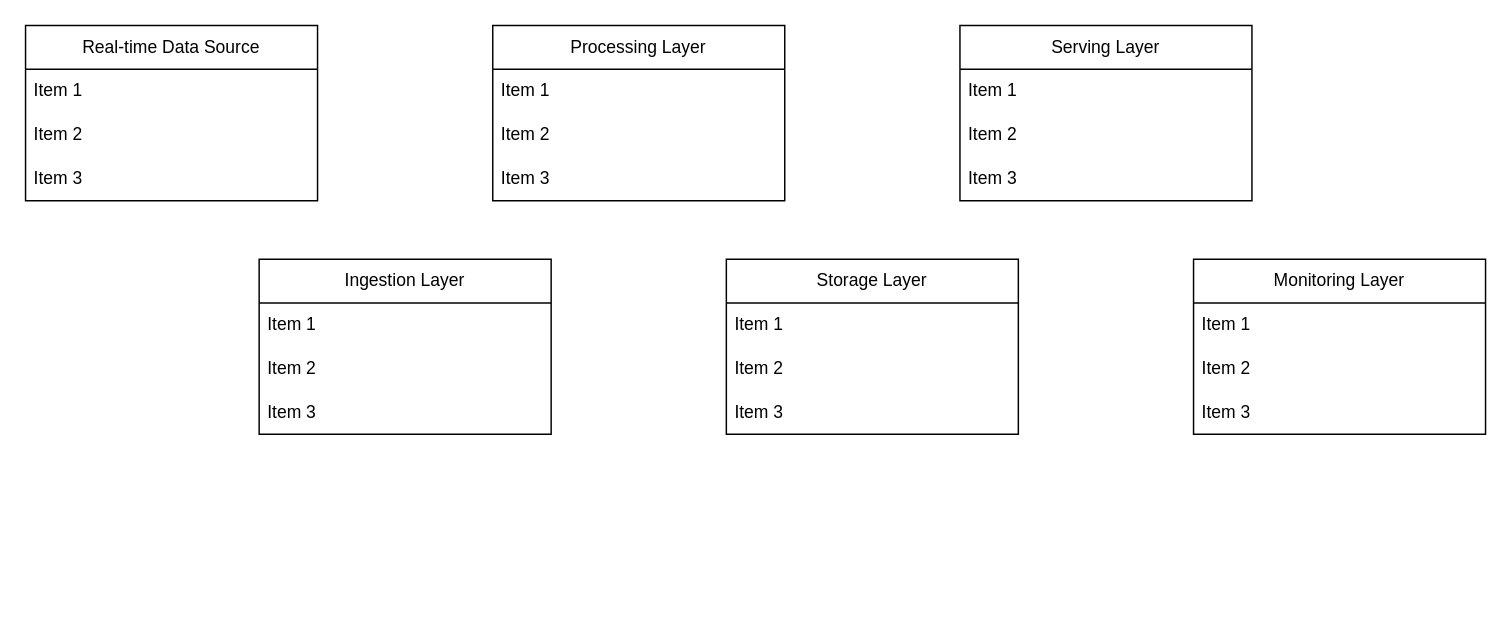
Earlier version of the draw.io diagram BT-Tuần/Pipeline-FinalProject.drawio (NgocPhungggg/HCMUTE). Source tidied: cells renumbered, new cells numbered last; positions are measured from the earlier drawing's top-left corner, leaving out a move shared by most shapes. Both pictures are drawn from the tidied source at 146%, with x=0, y=0 at pixel (25, 25).
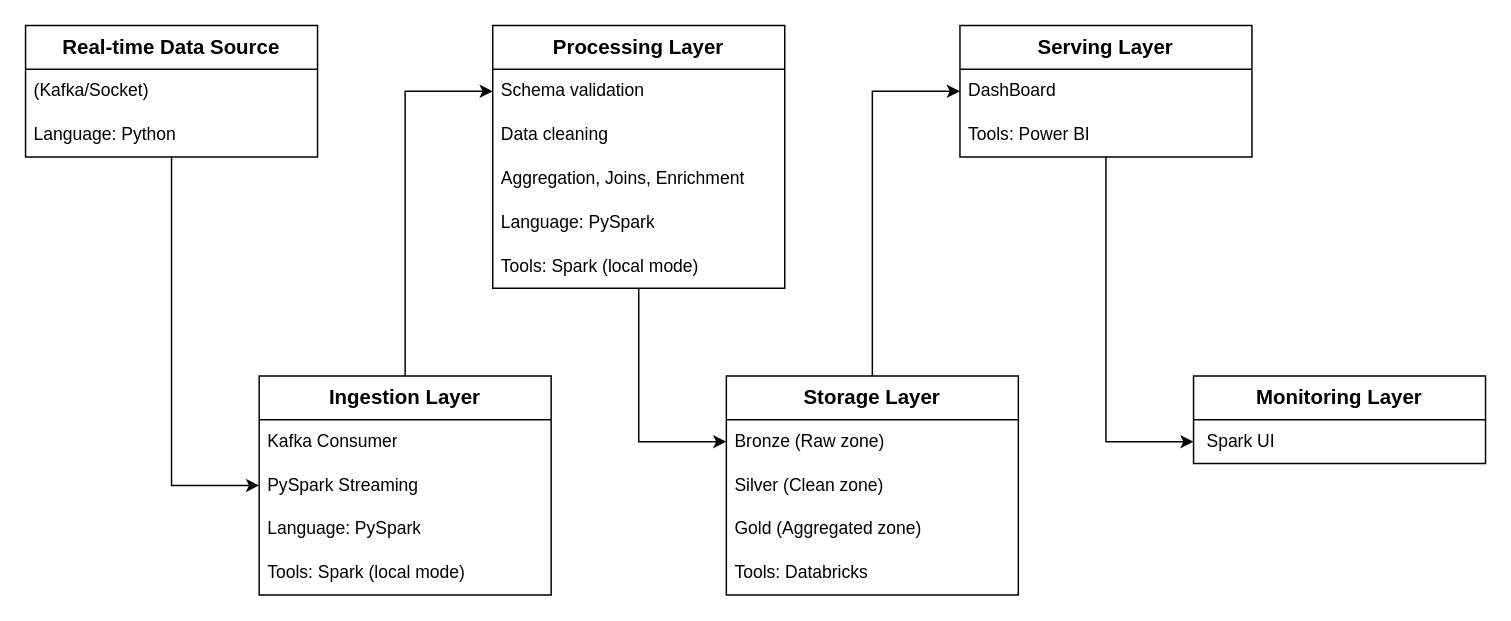
After the change.

Commit message (it also covers changes not shown here):
Cập nhật Pipeline-FinalProject.drawio

Change to the diagram source:
```diff
@@
+    <mxCell id="26" style="edgeStyle=orthogonalEdgeStyle;rounded=0;jettySize=auto;html=1;entryX=0;entryY=0.5;entryDx=0;entryDy=0;" parent="1" edge="1" source="2" target="12">
+      <mxGeometry relative="1" as="geometry" />
+    </mxCell>
-    <mxCell id="2" value="&lt;div&gt;Real-time Data Source&lt;/div&gt;" style="swimlane;fontStyle=0;horizontal=1;startSize=30;whiteSpace=wrap;html=1;" parent="1" vertex="1">
-      <mxGeometry width="200" height="120" as="geometry" />
+    <mxCell id="2" value="&lt;div&gt;&lt;font style=&quot;font-size: 14px;&quot;&gt;&lt;b&gt;Real-time Data Source&lt;/b&gt;&lt;/font&gt;&lt;/div&gt;" style="swimlane;fontStyle=0;horizontal=1;startSize=30;whiteSpace=wrap;html=1;" parent="1" vertex="1">
+      <mxGeometry width="200" height="90" as="geometry" />
     </mxCell>
-    <mxCell id="3" value="Item 1" style="text;strokeColor=none;fillColor=none;align=left;verticalAlign=middle;spacingLeft=4;spacingRight=4;overflow=hidden;whiteSpace=wrap;html=1;" parent="2" vertex="1">
+    <mxCell id="3" value="(Kafka/Socket) " style="text;strokeColor=none;fillColor=none;align=left;verticalAlign=middle;spacingLeft=4;spacingRight=4;overflow=hidden;whiteSpace=wrap;html=1;" parent="2" vertex="1">
       <mxGeometry y="30" width="200" height="30" as="geometry" />
     </mxCell>
-    <mxCell id="4" value="Item 2" style="text;strokeColor=none;fillColor=none;align=left;verticalAlign=middle;spacingLeft=4;spacingRight=4;overflow=hidden;whiteSpace=wrap;html=1;" parent="2" vertex="1">
-      <mxGeometry y="60" width="200" height="30" as="geometry" />
-    </mxCell>
-    <mxCell id="5" value="Item 3" style="text;strokeColor=none;fillColor=none;align=left;verticalAlign=middle;spacingLeft=4;spacingRight=4;overflow=hidden;whiteSpace=wrap;html=1;" parent="2" vertex="1">
-      <mxGeometry y="90" width="200" height="30" as="geometry" />
-    </mxCell>
+    <mxCell id="27" value="Language: Python " style="text;strokeColor=none;fillColor=none;align=left;verticalAlign=middle;spacingLeft=4;spacingRight=4;overflow=hidden;whiteSpace=wrap;html=1;" parent="2" vertex="1">
+      <mxGeometry y="60" width="200" height="30" as="geometry" />
+    </mxCell>
+    <mxCell id="28" style="edgeStyle=orthogonalEdgeStyle;rounded=0;jettySize=auto;html=1;entryX=0;entryY=0.5;entryDx=0;entryDy=0;" parent="1" edge="1" source="6" target="38">
+      <mxGeometry relative="1" as="geometry" />
+    </mxCell>
-    <mxCell id="6" value="&lt;div&gt; Storage Layer  &lt;/div&gt;" style="swimlane;fontStyle=0;horizontal=1;startSize=30;whiteSpace=wrap;html=1;" parent="1" vertex="1">
-      <mxGeometry x="480" y="160" width="200" height="120" as="geometry" />
+    <mxCell id="6" value="&lt;div&gt;&lt;font style=&quot;font-size: 14px;&quot;&gt;&lt;b&gt; Storage Layer  &lt;/b&gt;&lt;/font&gt;&lt;/div&gt;" style="swimlane;fontStyle=0;horizontal=1;startSize=30;whiteSpace=wrap;html=1;" parent="1" vertex="1">
+      <mxGeometry x="480" y="240" width="200" height="150" as="geometry" />
     </mxCell>
+    <mxCell id="8" value="Bronze (Raw zone)" style="text;strokeColor=none;fillColor=none;align=left;verticalAlign=middle;spacingLeft=4;spacingRight=4;overflow=hidden;points=[[0,0.5],[1,0.5]];portConstraint=eastwest;whiteSpace=wrap;html=1;" parent="6" vertex="1">
+      <mxGeometry y="30" width="200" height="30" as="geometry" />
+    </mxCell>
-    <mxCell id="7" value="Item 1" style="text;strokeColor=none;fillColor=none;align=left;verticalAlign=middle;spacingLeft=4;spacingRight=4;overflow=hidden;whiteSpace=wrap;html=1;" parent="6" vertex="1">
-      <mxGeometry y="30" width="200" height="30" as="geometry" />
+    <mxCell id="7" value="Silver (Clean zone)" style="text;strokeColor=none;fillColor=none;align=left;verticalAlign=middle;spacingLeft=4;spacingRight=4;overflow=hidden;whiteSpace=wrap;html=1;" parent="6" vertex="1">
+      <mxGeometry y="60" width="200" height="30" as="geometry" />
     </mxCell>
-    <mxCell id="8" value="Item 2" style="text;strokeColor=none;fillColor=none;align=left;verticalAlign=middle;spacingLeft=4;spacingRight=4;overflow=hidden;points=[[0,0.5],[1,0.5]];portConstraint=eastwest;whiteSpace=wrap;html=1;" parent="6" vertex="1">
-      <mxGeometry y="60" width="200" height="30" as="geometry" />
-    </mxCell>
-    <mxCell id="9" value="Item 3" style="text;strokeColor=none;fillColor=none;align=left;verticalAlign=middle;spacingLeft=4;spacingRight=4;overflow=hidden;whiteSpace=wrap;html=1;" parent="6" vertex="1">
+    <mxCell id="9" value="Gold (Aggregated zone&lt;span style=&quot;background-color: transparent; color: light-dark(rgb(0, 0, 0), rgb(255, 255, 255));&quot;&gt;)&lt;/span&gt;" style="text;strokeColor=none;fillColor=none;align=left;verticalAlign=middle;spacingLeft=4;spacingRight=4;overflow=hidden;whiteSpace=wrap;html=1;" parent="6" vertex="1">
       <mxGeometry y="90" width="200" height="30" as="geometry" />
     </mxCell>
+    <mxCell id="29" value="Tools: Databricks&amp;nbsp;" style="text;strokeColor=none;fillColor=none;align=left;verticalAlign=middle;spacingLeft=4;spacingRight=4;overflow=hidden;whiteSpace=wrap;html=1;" parent="6" vertex="1">
+      <mxGeometry y="120" width="200" height="30" as="geometry" />
+    </mxCell>
+    <mxCell id="30" style="edgeStyle=orthogonalEdgeStyle;rounded=0;jettySize=auto;html=1;entryX=0;entryY=0.5;entryDx=0;entryDy=0;" parent="1" edge="1" source="10" target="16">
+      <mxGeometry relative="1" as="geometry" />
+    </mxCell>
-    <mxCell id="10" value="&lt;div&gt; Ingestion Layer &lt;/div&gt;" style="swimlane;fontStyle=0;horizontal=1;startSize=30;whiteSpace=wrap;html=1;" parent="1" vertex="1">
-      <mxGeometry x="160" y="160" width="200" height="120" as="geometry" />
+    <mxCell id="10" value="&lt;div&gt;&lt;font style=&quot;font-size: 14px;&quot;&gt;&lt;b&gt; Ingestion Layer &lt;/b&gt;&lt;/font&gt;&lt;/div&gt;" style="swimlane;fontStyle=0;horizontal=1;startSize=30;whiteSpace=wrap;html=1;" parent="1" vertex="1">
+      <mxGeometry x="160" y="240" width="200" height="150" as="geometry" />
     </mxCell>
-    <mxCell id="11" value="Item 1" style="text;strokeColor=none;fillColor=none;align=left;verticalAlign=middle;spacingLeft=4;spacingRight=4;overflow=hidden;whiteSpace=wrap;html=1;" parent="10" vertex="1">
+    <mxCell id="11" value="Kafka Consumer " style="text;strokeColor=none;fillColor=none;align=left;verticalAlign=middle;spacingLeft=4;spacingRight=4;overflow=hidden;whiteSpace=wrap;html=1;" parent="10" vertex="1">
       <mxGeometry y="30" width="200" height="30" as="geometry" />
     </mxCell>
-    <mxCell id="12" value="Item 2" style="text;strokeColor=none;fillColor=none;align=left;verticalAlign=middle;spacingLeft=4;spacingRight=4;overflow=hidden;points=[[0,0.5],[1,0.5]];portConstraint=eastwest;whiteSpace=wrap;html=1;" parent="10" vertex="1">
+    <mxCell id="12" value="PySpark Streaming" style="text;strokeColor=none;fillColor=none;align=left;verticalAlign=middle;spacingLeft=4;spacingRight=4;overflow=hidden;points=[[0,0.5],[1,0.5]];portConstraint=eastwest;whiteSpace=wrap;html=1;" parent="10" vertex="1">
       <mxGeometry y="60" width="200" height="30" as="geometry" />
     </mxCell>
-    <mxCell id="13" value="Item 3" style="text;strokeColor=none;fillColor=none;align=left;verticalAlign=middle;spacingLeft=4;spacingRight=4;overflow=hidden;whiteSpace=wrap;html=1;" parent="10" vertex="1">
-      <mxGeometry y="90" width="200" height="30" as="geometry" />
-    </mxCell>
+    <mxCell id="31" value="Language: PySpark" style="text;strokeColor=none;fillColor=none;align=left;verticalAlign=middle;spacingLeft=4;spacingRight=4;overflow=hidden;whiteSpace=wrap;html=1;" parent="10" vertex="1">
+      <mxGeometry y="90" width="200" height="30" as="geometry" />
+    </mxCell>
+    <mxCell id="32" value="Tools: Spark (local mode)" style="text;strokeColor=none;fillColor=none;align=left;verticalAlign=middle;spacingLeft=4;spacingRight=4;overflow=hidden;whiteSpace=wrap;html=1;" parent="10" vertex="1">
+      <mxGeometry y="120" width="200" height="30" as="geometry" />
+    </mxCell>
+    <mxCell id="33" style="edgeStyle=orthogonalEdgeStyle;rounded=0;jettySize=auto;html=1;entryX=0;entryY=0.5;entryDx=0;entryDy=0;" parent="1" edge="1" source="14" target="8">
+      <mxGeometry relative="1" as="geometry" />
+    </mxCell>
-    <mxCell id="14" value="&lt;div&gt;Processing Layer &lt;/div&gt;" style="swimlane;fontStyle=0;horizontal=1;startSize=30;whiteSpace=wrap;html=1;" parent="1" vertex="1">
-      <mxGeometry x="320" width="200" height="120" as="geometry" />
+    <mxCell id="14" value="&lt;div&gt;&lt;font style=&quot;font-size: 14px;&quot;&gt;&lt;b&gt;Processing Layer &lt;/b&gt;&lt;/font&gt;&lt;/div&gt;" style="swimlane;fontStyle=0;horizontal=1;startSize=30;whiteSpace=wrap;html=1;" parent="1" vertex="1">
+      <mxGeometry x="320" width="200" height="180" as="geometry" />
     </mxCell>
-    <mxCell id="15" value="Item 1" style="text;strokeColor=none;fillColor=none;align=left;verticalAlign=middle;spacingLeft=4;spacingRight=4;overflow=hidden;whiteSpace=wrap;html=1;" parent="14" vertex="1">
-      <mxGeometry y="30" width="200" height="30" as="geometry" />
-    </mxCell>
-    <mxCell id="16" value="Item 2" style="text;strokeColor=none;fillColor=none;align=left;verticalAlign=middle;spacingLeft=4;spacingRight=4;overflow=hidden;points=[[0,0.5],[1,0.5]];portConstraint=eastwest;whiteSpace=wrap;html=1;" parent="14" vertex="1">
-      <mxGeometry y="60" width="200" height="30" as="geometry" />
+    <mxCell id="16" value="Schema validation" style="text;strokeColor=none;fillColor=none;align=left;verticalAlign=middle;spacingLeft=4;spacingRight=4;overflow=hidden;points=[[0,0.5],[1,0.5]];portConstraint=eastwest;whiteSpace=wrap;html=1;" parent="14" vertex="1">
+      <mxGeometry y="30" width="200" height="30" as="geometry" />
     </mxCell>
-    <mxCell id="17" value="Item 3" style="text;strokeColor=none;fillColor=none;align=left;verticalAlign=middle;spacingLeft=4;spacingRight=4;overflow=hidden;whiteSpace=wrap;html=1;" parent="14" vertex="1">
-      <mxGeometry y="90" width="200" height="30" as="geometry" />
+    <mxCell id="17" value="Data cleaning" style="text;strokeColor=none;fillColor=none;align=left;verticalAlign=middle;spacingLeft=4;spacingRight=4;overflow=hidden;whiteSpace=wrap;html=1;" parent="14" vertex="1">
+      <mxGeometry y="60" width="200" height="30" as="geometry" />
     </mxCell>
+    <mxCell id="34" value="Aggregation, Joins,&amp;nbsp;Enrichment" style="text;strokeColor=none;fillColor=none;align=left;verticalAlign=middle;spacingLeft=4;spacingRight=4;overflow=hidden;whiteSpace=wrap;html=1;" parent="14" vertex="1">
+      <mxGeometry y="90" width="200" height="30" as="geometry" />
+    </mxCell>
+    <mxCell id="35" value="Language: PySpark" style="text;strokeColor=none;fillColor=none;align=left;verticalAlign=middle;spacingLeft=4;spacingRight=4;overflow=hidden;whiteSpace=wrap;html=1;" parent="14" vertex="1">
+      <mxGeometry y="120" width="200" height="30" as="geometry" />
+    </mxCell>
+    <mxCell id="36" value="Tools: Spark (local mode)&amp;nbsp;" style="text;strokeColor=none;fillColor=none;align=left;verticalAlign=middle;spacingLeft=4;spacingRight=4;overflow=hidden;whiteSpace=wrap;html=1;" parent="14" vertex="1">
+      <mxGeometry y="150" width="200" height="30" as="geometry" />
+    </mxCell>
+    <mxCell id="37" style="edgeStyle=orthogonalEdgeStyle;rounded=0;jettySize=auto;html=1;entryX=0;entryY=0.75;entryDx=0;entryDy=0;" parent="1" edge="1" source="18" target="22">
+      <mxGeometry relative="1" as="geometry" />
+    </mxCell>
-    <mxCell id="18" value="&lt;div&gt; Serving Layer   &lt;/div&gt;" style="swimlane;fontStyle=0;horizontal=1;startSize=30;whiteSpace=wrap;html=1;" parent="1" vertex="1">
-      <mxGeometry x="640" width="200" height="120" as="geometry" />
+    <mxCell id="18" value="&lt;div&gt;&lt;b&gt;&lt;font style=&quot;font-size: 14px;&quot;&gt; Serving Layer   &lt;/font&gt;&lt;/b&gt;&lt;/div&gt;" style="swimlane;fontStyle=0;horizontal=1;startSize=30;whiteSpace=wrap;html=1;" parent="1" vertex="1">
+      <mxGeometry x="640" width="200" height="90" as="geometry" />
     </mxCell>
-    <mxCell id="19" value="Item 1" style="text;strokeColor=none;fillColor=none;align=left;verticalAlign=middle;spacingLeft=4;spacingRight=4;overflow=hidden;whiteSpace=wrap;html=1;" parent="18" vertex="1">
-      <mxGeometry y="30" width="200" height="30" as="geometry" />
-    </mxCell>
-    <mxCell id="20" value="Item 2" style="text;strokeColor=none;fillColor=none;align=left;verticalAlign=middle;spacingLeft=4;spacingRight=4;overflow=hidden;whiteSpace=wrap;html=1;" parent="18" vertex="1">
-      <mxGeometry y="60" width="200" height="30" as="geometry" />
-    </mxCell>
-    <mxCell id="21" value="Item 3" style="text;strokeColor=none;fillColor=none;align=left;verticalAlign=middle;spacingLeft=4;spacingRight=4;overflow=hidden;whiteSpace=wrap;html=1;" parent="18" vertex="1">
-      <mxGeometry y="90" width="200" height="30" as="geometry" />
-    </mxCell>
+    <mxCell id="38" value="DashBoard" style="text;strokeColor=none;fillColor=none;align=left;verticalAlign=middle;spacingLeft=4;spacingRight=4;overflow=hidden;points=[[0,0.5],[1,0.5]];portConstraint=eastwest;whiteSpace=wrap;html=1;" parent="18" vertex="1">
+      <mxGeometry y="30" width="200" height="30" as="geometry" />
+    </mxCell>
+    <mxCell id="39" value="Tools: Power BI" style="text;strokeColor=none;fillColor=none;align=left;verticalAlign=middle;spacingLeft=4;spacingRight=4;overflow=hidden;whiteSpace=wrap;html=1;" parent="18" vertex="1">
+      <mxGeometry y="60" width="200" height="30" as="geometry" />
+    </mxCell>
-    <mxCell id="22" value="&lt;div&gt; Monitoring Layer   &lt;/div&gt;" style="swimlane;fontStyle=0;horizontal=1;startSize=30;whiteSpace=wrap;html=1;" parent="1" vertex="1">
-      <mxGeometry x="800" y="160" width="200" height="120" as="geometry" />
+    <mxCell id="22" value="&lt;div&gt;&lt;font style=&quot;font-size: 14px;&quot;&gt;&lt;b&gt; Monitoring Layer   &lt;/b&gt;&lt;/font&gt;&lt;/div&gt;" style="swimlane;fontStyle=0;horizontal=1;startSize=30;whiteSpace=wrap;html=1;" parent="1" vertex="1">
+      <mxGeometry x="800" y="240" width="200" height="60" as="geometry" />
     </mxCell>
-    <mxCell id="23" value="Item 1" style="text;strokeColor=none;fillColor=none;align=left;verticalAlign=middle;spacingLeft=4;spacingRight=4;overflow=hidden;whiteSpace=wrap;html=1;" parent="22" vertex="1">
+    <mxCell id="23" value="&amp;nbsp;Spark UI" style="text;strokeColor=none;fillColor=none;align=left;verticalAlign=middle;spacingLeft=4;spacingRight=4;overflow=hidden;whiteSpace=wrap;html=1;" parent="22" vertex="1">
       <mxGeometry y="30" width="200" height="30" as="geometry" />
     </mxCell>
-    <mxCell id="24" value="Item 2" style="text;strokeColor=none;fillColor=none;align=left;verticalAlign=middle;spacingLeft=4;spacingRight=4;overflow=hidden;whiteSpace=wrap;html=1;" parent="22" vertex="1">
-      <mxGeometry y="60" width="200" height="30" as="geometry" />
-    </mxCell>
-    <mxCell id="25" value="Item 3" style="text;strokeColor=none;fillColor=none;align=left;verticalAlign=middle;spacingLeft=4;spacingRight=4;overflow=hidden;whiteSpace=wrap;html=1;" parent="22" vertex="1">
-      <mxGeometry y="90" width="200" height="30" as="geometry" />
-    </mxCell>
```
